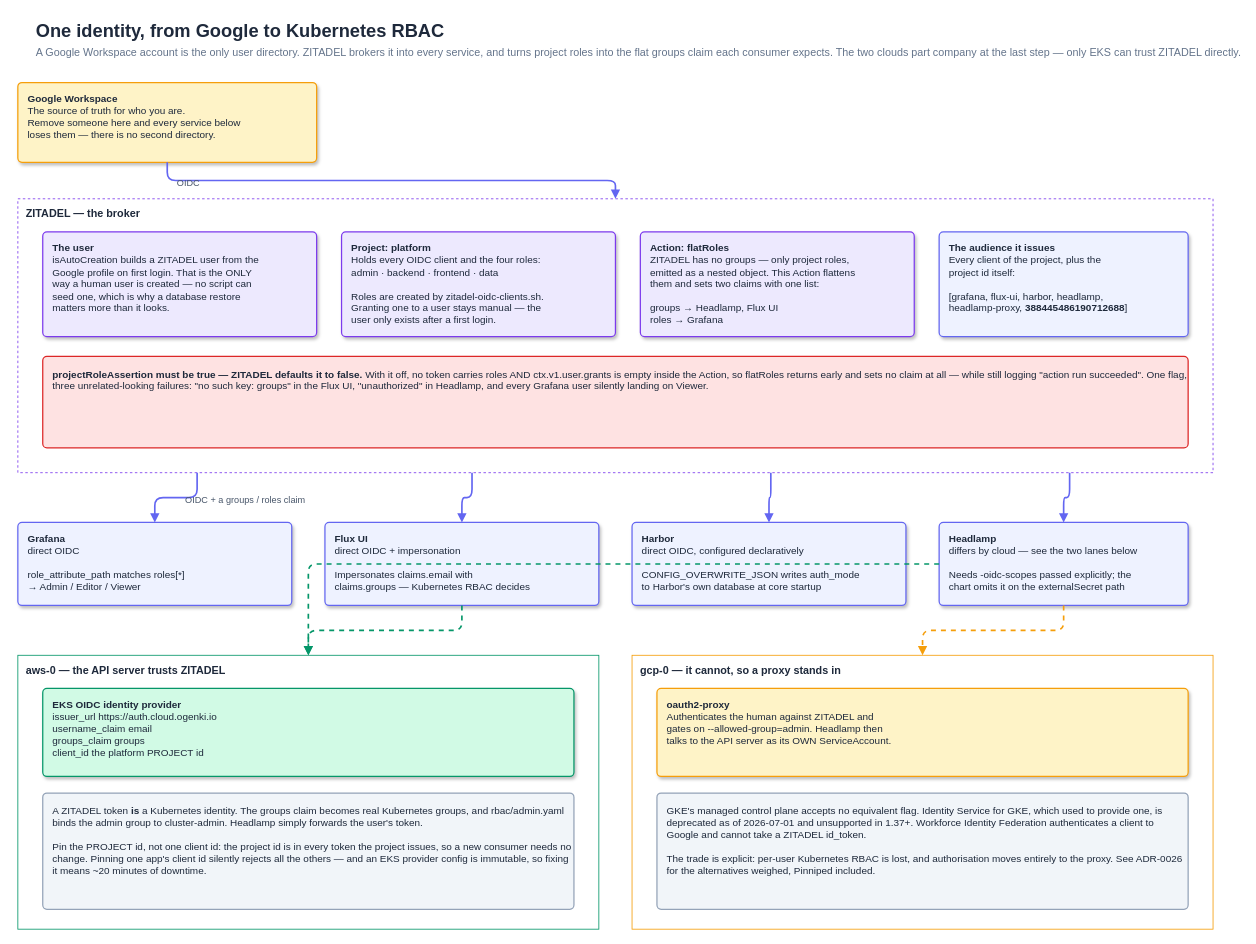
The draw.io diagram docs/architecture/authentication-chain.drawio in Smana/cloud-native-ref, before the edit. Source tidied: cells renumbered, new cells numbered last; positions are measured from the earlier drawing's top-left corner, leaving out a move shared by most shapes. Both pictures are drawn from the tidied source at 83%, with x=0, y=0 at pixel (17, 14).
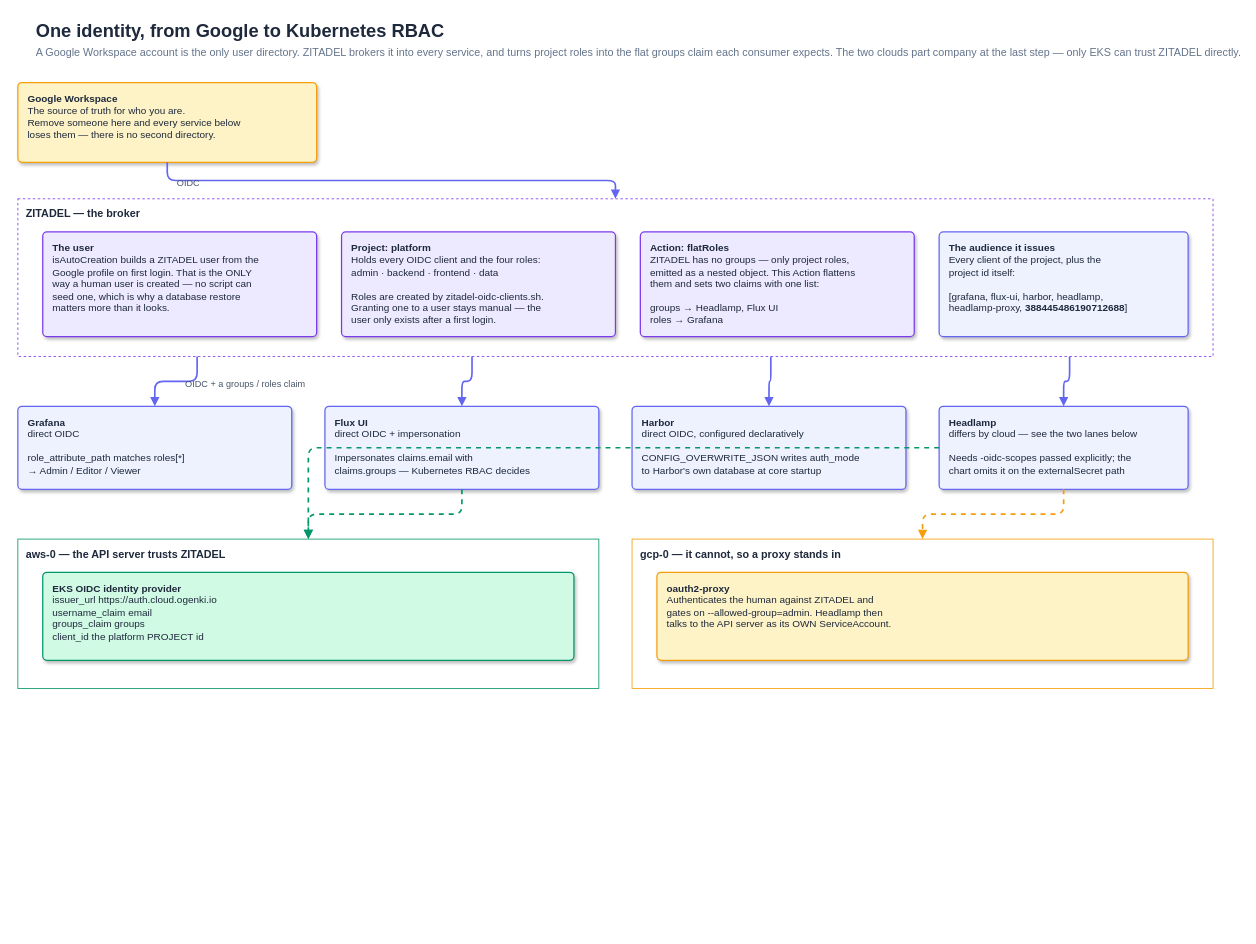
The same page after the edit.

Change to the diagram source:
```diff
@@
     <mxCell id="5" value="ZITADEL — the broker" style="rounded=0;whiteSpace=wrap;html=1;fillColor=none;strokeColor=#7C3AED;verticalAlign=top;fontStyle=1;fontFamily=Helvetica;fontSize=13;fontColor=#1E293B;align=left;spacingLeft=8;spacingTop=4;dashed=1;" parent="1" vertex="1">
-      <mxGeometry y="222" width="1440" height="330" as="geometry" />
+      <mxGeometry y="222" width="1440" height="190" as="geometry" />
     </mxCell>
@@
-    <mxCell id="10" value="&lt;b&gt;projectRoleAssertion must be true — ZITADEL defaults it to false.&lt;/b&gt;   With it off, no token carries roles AND ctx.v1.user.grants is empty inside the Action, so flatRoles returns early and sets no claim at all — while still logging &quot;action run succeeded&quot;. One flag, three unrelated-looking failures: &quot;no such key: groups&quot; in the Flux UI, &quot;unauthorized&quot; in Headlamp, and every Grafana user silently landing on Viewer." style="rounded=1;absoluteArcSize=1;arcSize=10;whiteSpace=wrap;html=1;fillColor=#FEE2E2;strokeColor=#DC2626;strokeWidth=1.5;fontColor=#1E293B;fontFamily=Helvetica;fontSize=12;align=left;spacingLeft=10;verticalAlign=top;spacingTop=8;" parent="1" vertex="1">
-      <mxGeometry x="30" y="412" width="1380" height="110" as="geometry" />
-    </mxCell>
     <mxCell id="11" value="&lt;b&gt;Grafana&lt;/b&gt;&#10;direct OIDC&#10;&#10;role_attribute_path matches roles[*]&#10;→ Admin / Editor / Viewer" style="rounded=1;absoluteArcSize=1;arcSize=10;shadow=1;whiteSpace=wrap;html=1;fillColor=#EEF2FF;strokeColor=#6366F1;strokeWidth=1.5;fontColor=#1E293B;fontFamily=Helvetica;fontSize=12;align=left;spacingLeft=10;verticalAlign=top;spacingTop=6;" parent="1" vertex="1">
-      <mxGeometry y="612" width="330" height="100" as="geometry" />
+      <mxGeometry y="472" width="330" height="100" as="geometry" />
     </mxCell>
     <mxCell id="12" value="&lt;b&gt;Flux UI&lt;/b&gt;&#10;direct OIDC + impersonation&#10;&#10;Impersonates claims.email with&#10;claims.groups — Kubernetes RBAC decides" style="rounded=1;absoluteArcSize=1;arcSize=10;shadow=1;whiteSpace=wrap;html=1;fillColor=#EEF2FF;strokeColor=#6366F1;strokeWidth=1.5;fontColor=#1E293B;fontFamily=Helvetica;fontSize=12;align=left;spacingLeft=10;verticalAlign=top;spacingTop=6;" parent="1" vertex="1">
-      <mxGeometry x="370" y="612" width="330" height="100" as="geometry" />
+      <mxGeometry x="370" y="472" width="330" height="100" as="geometry" />
     </mxCell>
     <mxCell id="13" value="&lt;b&gt;Harbor&lt;/b&gt;&#10;direct OIDC, configured declaratively&#10;&#10;CONFIG_OVERWRITE_JSON writes auth_mode&#10;to Harbor's own database at core startup" style="rounded=1;absoluteArcSize=1;arcSize=10;shadow=1;whiteSpace=wrap;html=1;fillColor=#EEF2FF;strokeColor=#6366F1;strokeWidth=1.5;fontColor=#1E293B;fontFamily=Helvetica;fontSize=12;align=left;spacingLeft=10;verticalAlign=top;spacingTop=6;" parent="1" vertex="1">
-      <mxGeometry x="740" y="612" width="330" height="100" as="geometry" />
+      <mxGeometry x="740" y="472" width="330" height="100" as="geometry" />
     </mxCell>
     <mxCell id="14" value="&lt;b&gt;Headlamp&lt;/b&gt;&#10;differs by cloud — see the two lanes below&#10;&#10;Needs -oidc-scopes passed explicitly; the&#10;chart omits it on the externalSecret path" style="rounded=1;absoluteArcSize=1;arcSize=10;shadow=1;whiteSpace=wrap;html=1;fillColor=#EEF2FF;strokeColor=#6366F1;strokeWidth=1.5;fontColor=#1E293B;fontFamily=Helvetica;fontSize=12;align=left;spacingLeft=10;verticalAlign=top;spacingTop=6;" parent="1" vertex="1">
-      <mxGeometry x="1110" y="612" width="300" height="100" as="geometry" />
+      <mxGeometry x="1110" y="472" width="300" height="100" as="geometry" />
     </mxCell>
     <mxCell id="15" value="aws-0 — the API server trusts ZITADEL" style="rounded=0;whiteSpace=wrap;html=1;fillColor=none;strokeColor=#059669;verticalAlign=top;fontStyle=1;fontFamily=Helvetica;fontSize=13;fontColor=#1E293B;align=left;spacingLeft=8;spacingTop=4;" parent="1" vertex="1">
-      <mxGeometry y="772" width="700" height="330" as="geometry" />
+      <mxGeometry y="632" width="700" height="180" as="geometry" />
     </mxCell>
     <mxCell id="16" value="&lt;b&gt;EKS OIDC identity provider&lt;/b&gt;&#10;issuer_url    https://auth.cloud.ogenki.io&#10;username_claim  email&#10;groups_claim    groups&#10;client_id       the platform PROJECT id" style="rounded=1;absoluteArcSize=1;arcSize=10;shadow=1;whiteSpace=wrap;html=1;fillColor=#D1FAE5;strokeColor=#059669;strokeWidth=1.5;fontColor=#1E293B;fontFamily=Helvetica;fontSize=12;align=left;spacingLeft=10;verticalAlign=top;spacingTop=6;" parent="1" vertex="1">
-      <mxGeometry x="30" y="812" width="640" height="106" as="geometry" />
+      <mxGeometry x="30" y="672" width="640" height="106" as="geometry" />
     </mxCell>
-    <mxCell id="17" value="A ZITADEL token &lt;b&gt;is&lt;/b&gt; a Kubernetes identity. The groups claim becomes real Kubernetes groups, and rbac/admin.yaml binds the admin group to cluster-admin. Headlamp simply forwards the user's token.&#10;&#10;Pin the PROJECT id, not one client id: the project id is in every token the project issues, so a new consumer needs no change. Pinning one app's client id silently rejects all the others — and an EKS provider config is immutable, so fixing it means ~20 minutes of downtime." style="rounded=1;absoluteArcSize=1;arcSize=10;whiteSpace=wrap;html=1;fillColor=#F1F5F9;strokeColor=#94A3B8;strokeWidth=1.5;fontColor=#1E293B;fontFamily=Helvetica;fontSize=12;align=left;spacingLeft=10;verticalAlign=top;spacingTop=8;" parent="1" vertex="1">
-      <mxGeometry x="30" y="938" width="640" height="140" as="geometry" />
-    </mxCell>
     <mxCell id="18" value="gcp-0 — it cannot, so a proxy stands in" style="rounded=0;whiteSpace=wrap;html=1;fillColor=none;strokeColor=#F59E0B;verticalAlign=top;fontStyle=1;fontFamily=Helvetica;fontSize=13;fontColor=#1E293B;align=left;spacingLeft=8;spacingTop=4;" parent="1" vertex="1">
-      <mxGeometry x="740" y="772" width="700" height="330" as="geometry" />
+      <mxGeometry x="740" y="632" width="700" height="180" as="geometry" />
     </mxCell>
     <mxCell id="19" value="&lt;b&gt;oauth2-proxy&lt;/b&gt;&#10;Authenticates the human against ZITADEL and&#10;gates on --allowed-group=admin. Headlamp then&#10;talks to the API server as its OWN ServiceAccount." style="rounded=1;absoluteArcSize=1;arcSize=10;shadow=1;whiteSpace=wrap;html=1;fillColor=#FEF3C7;strokeColor=#F59E0B;strokeWidth=1.5;fontColor=#1E293B;fontFamily=Helvetica;fontSize=12;align=left;spacingLeft=10;verticalAlign=top;spacingTop=6;" parent="1" vertex="1">
-      <mxGeometry x="770" y="812" width="640" height="106" as="geometry" />
+      <mxGeometry x="770" y="672" width="640" height="106" as="geometry" />
     </mxCell>
-    <mxCell id="20" value="GKE's managed control plane accepts no equivalent flag. Identity Service for GKE, which used to provide one, is deprecated as of 2026-07-01 and unsupported in 1.37+. Workforce Identity Federation authenticates a client to Google and cannot take a ZITADEL id_token.&#10;&#10;The trade is explicit: per-user Kubernetes RBAC is lost, and authorisation moves entirely to the proxy. See ADR-0026 for the alternatives weighed, Pinniped included." style="rounded=1;absoluteArcSize=1;arcSize=10;whiteSpace=wrap;html=1;fillColor=#F1F5F9;strokeColor=#94A3B8;strokeWidth=1.5;fontColor=#1E293B;fontFamily=Helvetica;fontSize=12;align=left;spacingLeft=10;verticalAlign=top;spacingTop=8;" parent="1" vertex="1">
-      <mxGeometry x="770" y="938" width="640" height="140" as="geometry" />
-    </mxCell>
@@
     <mxCell id="27" value="OIDC + a groups / roles claim" style="text;html=1;fontFamily=Helvetica;fontSize=11;fontColor=#475569;align=left;" parent="1" vertex="1">
-      <mxGeometry x="200" y="572" width="240" height="16" as="geometry" />
+      <mxGeometry x="200" y="432" width="240" height="16" as="geometry" />
     </mxCell>
```
